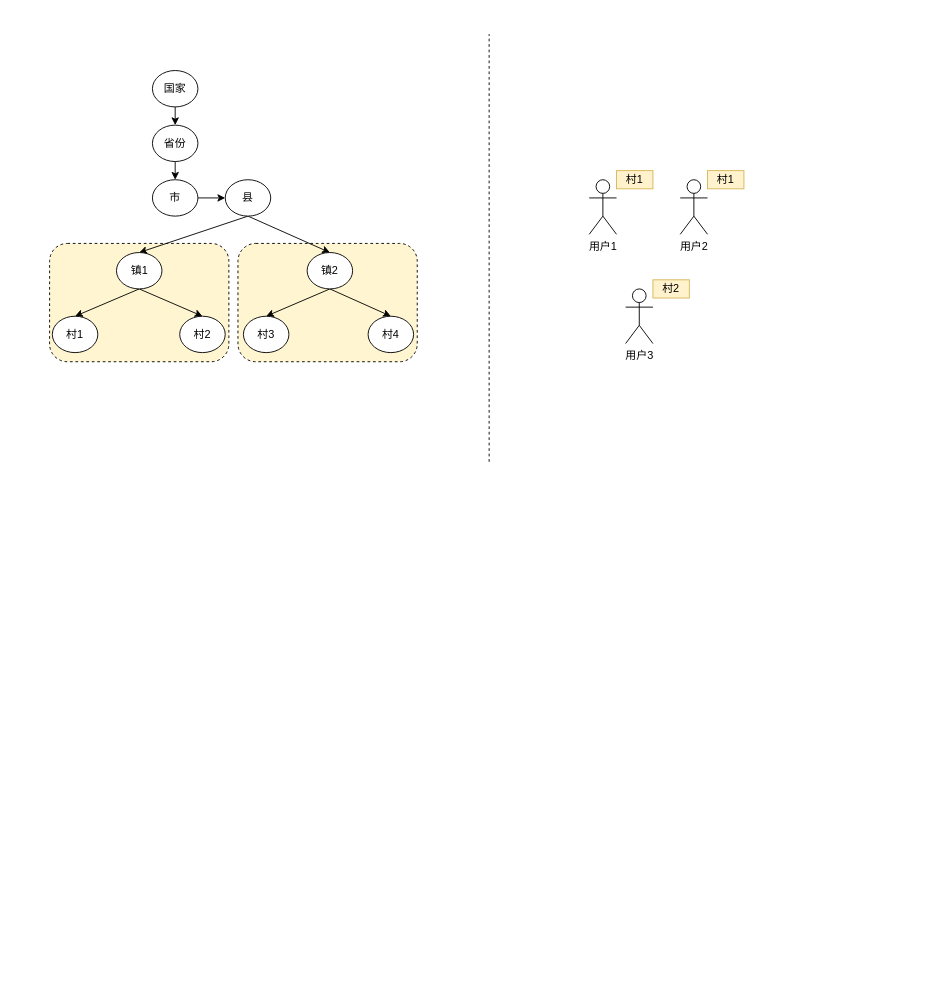
Earlier version of the draw.io diagram sametown.drawio (trey03/draw). Source tidied: cells renumbered, new cells numbered last; positions are measured from the earlier drawing's top-left corner, leaving out a move shared by most shapes. Both pictures are drawn from the tidied source at 91%, with x=0, y=0 at pixel (49, 34).
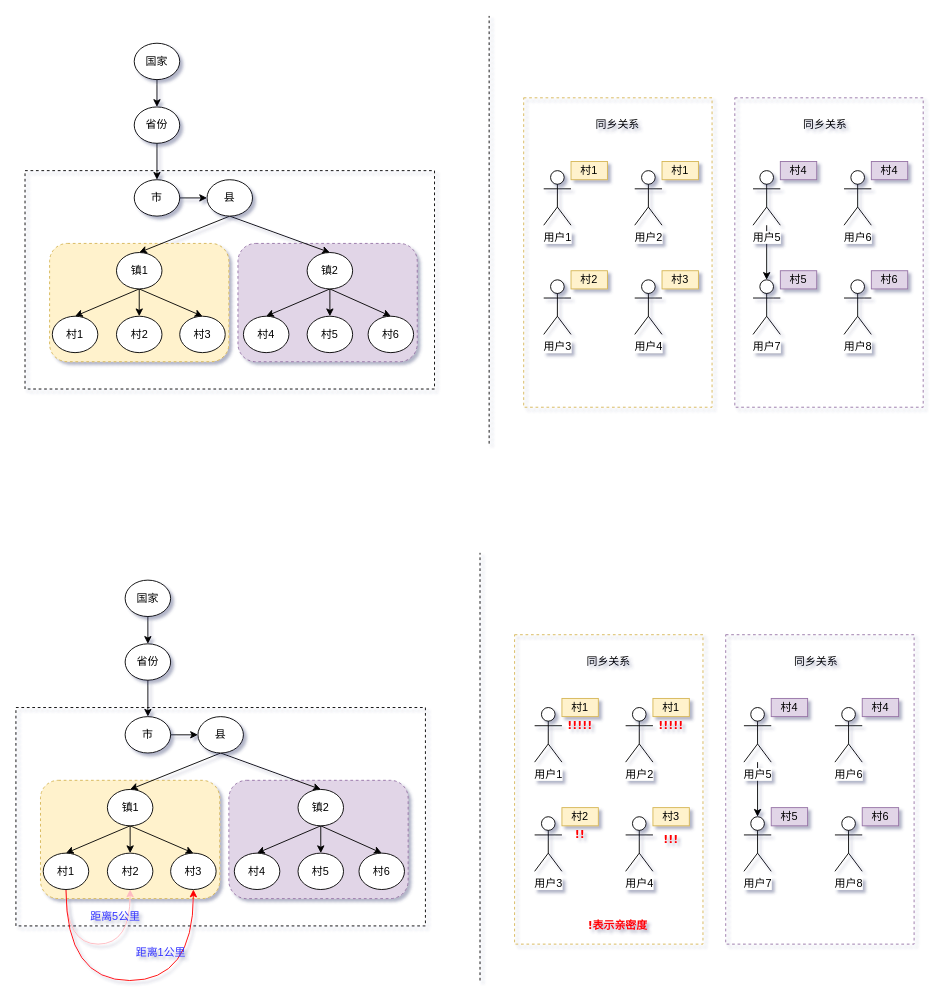
The same diagram, later.

The change refers to these unchanged cells:
```xml
<mxCell id="14" value="镇1" style="ellipse;whiteSpace=wrap;html=1;" parent="1" vertex="1">
  <mxGeometry x="73.5" y="240" width="50" height="40" as="geometry" />
</mxCell>
<mxCell id="17" value="镇2" style="ellipse;whiteSpace=wrap;html=1;" parent="1" vertex="1">
  <mxGeometry x="283" y="240" width="50" height="40" as="geometry" />
</mxCell>
```

Diff of the diagram source:
```diff
@@
-<mxGraphModel>
+<mxGraphModel shadow="1">
@@
+    <mxCell id="30" style="rounded=0;whiteSpace=wrap;html=1;dashed=1;fillColor=none;strokeColor=#d6b656;" parent="1" vertex="1">
+      <mxGeometry x="521" y="70" width="207" height="340" as="geometry" />
+    </mxCell>
+    <mxCell id="31" style="rounded=0;whiteSpace=wrap;html=1;dashed=1;shadow=0;fillColor=none;" parent="1" vertex="1">
+      <mxGeometry x="-27" y="150" width="450" height="240" as="geometry" />
+    </mxCell>
-    <mxCell id="2" style="rounded=1;whiteSpace=wrap;html=1;dashed=1;fillColor=#FFF6D1;" parent="1" vertex="1">
+    <mxCell id="2" style="rounded=1;whiteSpace=wrap;html=1;dashed=1;fillColor=#e1d5e7;strokeColor=#9673a6;" parent="1" vertex="1">
       <mxGeometry x="207" y="230" width="197" height="130" as="geometry" />
     </mxCell>
-    <mxCell id="3" style="rounded=1;whiteSpace=wrap;html=1;dashed=1;fillColor=#FFF6D1;" parent="1" vertex="1">
+    <mxCell id="3" style="rounded=1;whiteSpace=wrap;html=1;dashed=1;fillColor=#fff2cc;strokeColor=#d6b656;" parent="1" vertex="1">
       <mxGeometry y="230" width="197" height="130" as="geometry" />
     </mxCell>
     <mxCell id="4" value="国家" style="ellipse;whiteSpace=wrap;html=1;" parent="1" vertex="1">
-      <mxGeometry x="113" y="40" width="50" height="40" as="geometry" />
+      <mxGeometry x="93" y="10" width="50" height="40" as="geometry" />
     </mxCell>
@@
     <mxCell id="6" value="省份" style="ellipse;whiteSpace=wrap;html=1;" parent="1" vertex="1">
-      <mxGeometry x="113" y="100" width="50" height="40" as="geometry" />
+      <mxGeometry x="93" y="80" width="50" height="40" as="geometry" />
     </mxCell>
@@
     <mxCell id="8" value="市" style="ellipse;whiteSpace=wrap;html=1;" parent="1" vertex="1">
-      <mxGeometry x="113" y="160" width="50" height="40" as="geometry" />
+      <mxGeometry x="93" y="160" width="50" height="40" as="geometry" />
     </mxCell>
@@
     <mxCell id="11" value="县" style="ellipse;whiteSpace=wrap;html=1;" parent="1" vertex="1">
-      <mxGeometry x="193" y="160" width="50" height="40" as="geometry" />
+      <mxGeometry x="173" y="160" width="50" height="40" as="geometry" />
     </mxCell>
@@
+    <mxCell id="32" style="edgeStyle=none;rounded=0;jettySize=auto;html=1;exitX=0.5;exitY=1;exitDx=0;exitDy=0;" parent="1" edge="1" source="14" target="41">
+      <mxGeometry relative="1" as="geometry" />
+    </mxCell>
@@
+    <mxCell id="33" style="edgeStyle=none;rounded=0;jettySize=auto;html=1;exitX=0.5;exitY=1;exitDx=0;exitDy=0;" parent="1" edge="1" source="17" target="42">
+      <mxGeometry relative="1" as="geometry" />
+    </mxCell>
@@
-    <mxCell id="19" value="村2" style="ellipse;whiteSpace=wrap;html=1;" parent="1" vertex="1">
+    <mxCell id="19" value="村3" style="ellipse;whiteSpace=wrap;html=1;" parent="1" vertex="1">
       <mxGeometry x="143" y="310" width="50" height="40" as="geometry" />
     </mxCell>
-    <mxCell id="20" value="村3" style="ellipse;whiteSpace=wrap;html=1;" parent="1" vertex="1">
+    <mxCell id="20" value="村4" style="ellipse;whiteSpace=wrap;html=1;" parent="1" vertex="1">
       <mxGeometry x="213" y="310" width="50" height="40" as="geometry" />
     </mxCell>
@@
     <mxCell id="22" style="endArrow=none;dashed=1;html=1;" parent="1" edge="1">
       <mxGeometry relative="1" as="geometry">
-        <mxPoint x="483" y="470" as="sourcePoint" />
-        <mxPoint x="483" as="targetPoint" />
+        <mxPoint x="483" y="450" as="sourcePoint" />
+        <mxPoint x="483" y="-20" as="targetPoint" />
       </mxGeometry>
     </mxCell>
     <mxCell id="23" value="用户1" style="shape=umlActor;verticalLabelPosition=bottom;labelBackgroundColor=#ffffff;verticalAlign=top;html=1;" parent="1" vertex="1">
-      <mxGeometry x="593" y="160" width="30" height="60" as="geometry" />
+      <mxGeometry x="543" y="150" width="30" height="60" as="geometry" />
     </mxCell>
-    <mxCell id="24" value="村4" style="ellipse;whiteSpace=wrap;html=1;" parent="1" vertex="1">
+    <mxCell id="24" value="村6" style="ellipse;whiteSpace=wrap;html=1;" parent="1" vertex="1">
       <mxGeometry x="350" y="310" width="50" height="40" as="geometry" />
     </mxCell>
     <mxCell id="25" value="村1" style="text;html=1;strokeColor=#d6b656;fillColor=#fff2cc;align=center;verticalAlign=middle;whiteSpace=wrap;rounded=0;" parent="1" vertex="1">
-      <mxGeometry x="623" y="150" width="40" height="20" as="geometry" />
+      <mxGeometry x="573" y="140" width="40" height="20" as="geometry" />
     </mxCell>
     <mxCell id="26" value="用户2" style="shape=umlActor;verticalLabelPosition=bottom;labelBackgroundColor=#ffffff;verticalAlign=top;html=1;" parent="1" vertex="1">
-      <mxGeometry x="693" y="160" width="30" height="60" as="geometry" />
+      <mxGeometry x="643" y="150" width="30" height="60" as="geometry" />
     </mxCell>
     <mxCell id="27" value="村1" style="text;html=1;strokeColor=#d6b656;fillColor=#fff2cc;align=center;verticalAlign=middle;whiteSpace=wrap;rounded=0;" parent="1" vertex="1">
-      <mxGeometry x="723" y="150" width="40" height="20" as="geometry" />
+      <mxGeometry x="673" y="140" width="40" height="20" as="geometry" />
     </mxCell>
     <mxCell id="28" value="用户3" style="shape=umlActor;verticalLabelPosition=bottom;labelBackgroundColor=#ffffff;verticalAlign=top;html=1;" parent="1" vertex="1">
-      <mxGeometry x="633" y="280" width="30" height="60" as="geometry" />
+      <mxGeometry x="543" y="270" width="30" height="60" as="geometry" />
     </mxCell>
     <mxCell id="29" value="村2" style="text;html=1;strokeColor=#d6b656;fillColor=#fff2cc;align=center;verticalAlign=middle;whiteSpace=wrap;rounded=0;" parent="1" vertex="1">
-      <mxGeometry x="663" y="270" width="40" height="20" as="geometry" />
+      <mxGeometry x="573" y="260" width="40" height="20" as="geometry" />
     </mxCell>
+    <mxCell id="34" style="edgeStyle=none;rounded=0;jettySize=auto;html=1;" parent="1" edge="1" source="35" target="39">
+      <mxGeometry relative="1" as="geometry" />
+    </mxCell>
+    <mxCell id="35" value="用户5" style="shape=umlActor;verticalLabelPosition=bottom;labelBackgroundColor=#ffffff;verticalAlign=top;html=1;outlineConnect=0;" parent="1" vertex="1">
+      <mxGeometry x="773" y="150" width="30" height="60" as="geometry" />
+    </mxCell>
+    <mxCell id="36" value="村4" style="text;html=1;strokeColor=#9673a6;fillColor=#e1d5e7;align=center;verticalAlign=middle;whiteSpace=wrap;rounded=0;" parent="1" vertex="1">
+      <mxGeometry x="803" y="140" width="40" height="20" as="geometry" />
+    </mxCell>
+    <mxCell id="37" value="用户6" style="shape=umlActor;verticalLabelPosition=bottom;labelBackgroundColor=#ffffff;verticalAlign=top;html=1;" parent="1" vertex="1">
+      <mxGeometry x="873" y="150" width="30" height="60" as="geometry" />
+    </mxCell>
+    <mxCell id="38" value="村4" style="text;html=1;strokeColor=#9673a6;fillColor=#e1d5e7;align=center;verticalAlign=middle;whiteSpace=wrap;rounded=0;" parent="1" vertex="1">
+      <mxGeometry x="903" y="140" width="40" height="20" as="geometry" />
+    </mxCell>
+    <mxCell id="39" value="用户7" style="shape=umlActor;verticalLabelPosition=bottom;labelBackgroundColor=#ffffff;verticalAlign=top;html=1;outlineConnect=0;" parent="1" vertex="1">
+      <mxGeometry x="773" y="270" width="30" height="60" as="geometry" />
+    </mxCell>
+    <mxCell id="40" value="村5" style="text;html=1;strokeColor=#9673a6;fillColor=#e1d5e7;align=center;verticalAlign=middle;whiteSpace=wrap;rounded=0;" parent="1" vertex="1">
+      <mxGeometry x="803" y="260" width="40" height="20" as="geometry" />
+    </mxCell>
+    <mxCell id="41" value="村2" style="ellipse;whiteSpace=wrap;html=1;" parent="1" vertex="1">
+      <mxGeometry x="73.5" y="310" width="50" height="40" as="geometry" />
+    </mxCell>
+    <mxCell id="42" value="村5" style="ellipse;whiteSpace=wrap;html=1;" parent="1" vertex="1">
+      <mxGeometry x="283" y="310" width="50" height="40" as="geometry" />
+    </mxCell>
+    <mxCell id="43" value="用户4" style="shape=umlActor;verticalLabelPosition=bottom;labelBackgroundColor=#ffffff;verticalAlign=top;html=1;" parent="1" vertex="1">
+      <mxGeometry x="643" y="270" width="30" height="60" as="geometry" />
+    </mxCell>
+    <mxCell id="44" value="村3" style="text;html=1;strokeColor=#d6b656;fillColor=#fff2cc;align=center;verticalAlign=middle;whiteSpace=wrap;rounded=0;" parent="1" vertex="1">
+      <mxGeometry x="673" y="260" width="40" height="20" as="geometry" />
+    </mxCell>
+    <mxCell id="45" value="用户8" style="shape=umlActor;verticalLabelPosition=bottom;labelBackgroundColor=#ffffff;verticalAlign=top;html=1;" parent="1" vertex="1">
+      <mxGeometry x="873" y="270" width="30" height="60" as="geometry" />
+    </mxCell>
+    <mxCell id="46" value="村6" style="text;html=1;strokeColor=#9673a6;fillColor=#e1d5e7;align=center;verticalAlign=middle;whiteSpace=wrap;rounded=0;" parent="1" vertex="1">
+      <mxGeometry x="903" y="260" width="40" height="20" as="geometry" />
+    </mxCell>
+    <mxCell id="47" style="rounded=0;whiteSpace=wrap;html=1;dashed=1;fillColor=none;strokeColor=#9673a6;" parent="1" vertex="1">
+      <mxGeometry x="753" y="70" width="207" height="340" as="geometry" />
+    </mxCell>
+    <mxCell id="48" value="同乡关系" style="text;html=1;strokeColor=none;fillColor=none;align=center;verticalAlign=middle;whiteSpace=wrap;rounded=0;shadow=0;dashed=1;" parent="1" vertex="1">
+      <mxGeometry x="595.2" y="90" width="58.5" height="20" as="geometry" />
+    </mxCell>
+    <mxCell id="49" value="同乡关系" style="text;html=1;strokeColor=none;fillColor=none;align=center;verticalAlign=middle;whiteSpace=wrap;rounded=0;shadow=0;dashed=1;" parent="1" vertex="1">
+      <mxGeometry x="823" y="90" width="58.5" height="20" as="geometry" />
+    </mxCell>
+    <mxCell id="50" style="rounded=0;whiteSpace=wrap;html=1;dashed=1;fillColor=none;strokeColor=#d6b656;" parent="1" vertex="1">
+      <mxGeometry x="511" y="660" width="207" height="340" as="geometry" />
+    </mxCell>
+    <mxCell id="51" style="rounded=0;whiteSpace=wrap;html=1;dashed=1;shadow=0;fillColor=none;" parent="1" vertex="1">
+      <mxGeometry x="-37" y="740" width="450" height="240" as="geometry" />
+    </mxCell>
+    <mxCell id="52" style="rounded=1;whiteSpace=wrap;html=1;dashed=1;fillColor=#e1d5e7;strokeColor=#9673a6;" parent="1" vertex="1">
+      <mxGeometry x="197" y="820" width="197" height="130" as="geometry" />
+    </mxCell>
+    <mxCell id="53" style="rounded=1;whiteSpace=wrap;html=1;dashed=1;fillColor=#fff2cc;strokeColor=#d6b656;" parent="1" vertex="1">
+      <mxGeometry x="-10" y="820" width="197" height="130" as="geometry" />
+    </mxCell>
+    <mxCell id="54" value="国家" style="ellipse;whiteSpace=wrap;html=1;" parent="1" vertex="1">
+      <mxGeometry x="83" y="600" width="50" height="40" as="geometry" />
+    </mxCell>
+    <mxCell id="55" style="rounded=0;jettySize=auto;html=1;exitX=0.5;exitY=1;exitDx=0;exitDy=0;entryX=0.5;entryY=0;entryDx=0;entryDy=0;" parent="1" edge="1" source="56" target="58">
+      <mxGeometry relative="1" as="geometry" />
+    </mxCell>
+    <mxCell id="56" value="省份" style="ellipse;whiteSpace=wrap;html=1;" parent="1" vertex="1">
+      <mxGeometry x="83" y="670" width="50" height="40" as="geometry" />
+    </mxCell>
+    <mxCell id="57" style="edgeStyle=none;rounded=0;jettySize=auto;html=1;exitX=1;exitY=0.5;exitDx=0;exitDy=0;" parent="1" edge="1" source="58" target="61">
+      <mxGeometry relative="1" as="geometry" />
+    </mxCell>
+    <mxCell id="58" value="市" style="ellipse;whiteSpace=wrap;html=1;" parent="1" vertex="1">
+      <mxGeometry x="83" y="750" width="50" height="40" as="geometry" />
+    </mxCell>
+    <mxCell id="59" style="edgeStyle=none;rounded=0;jettySize=auto;html=1;exitX=0.5;exitY=1;exitDx=0;exitDy=0;entryX=0.5;entryY=0;entryDx=0;entryDy=0;" parent="1" edge="1" source="61" target="65">
+      <mxGeometry relative="1" as="geometry" />
+    </mxCell>
+    <mxCell id="60" style="edgeStyle=none;rounded=0;jettySize=auto;html=1;exitX=0.5;exitY=1;exitDx=0;exitDy=0;entryX=0.5;entryY=0;entryDx=0;entryDy=0;" parent="1" edge="1" source="61" target="69">
+      <mxGeometry relative="1" as="geometry" />
+    </mxCell>
+    <mxCell id="61" value="县" style="ellipse;whiteSpace=wrap;html=1;" parent="1" vertex="1">
+      <mxGeometry x="163" y="750" width="50" height="40" as="geometry" />
+    </mxCell>
+    <mxCell id="62" style="edgeStyle=none;rounded=0;jettySize=auto;html=1;exitX=0.5;exitY=1;exitDx=0;exitDy=0;entryX=0.5;entryY=0;entryDx=0;entryDy=0;" parent="1" edge="1" source="65" target="72">
+      <mxGeometry relative="1" as="geometry" />
+    </mxCell>
+    <mxCell id="63" style="edgeStyle=none;rounded=0;jettySize=auto;html=1;exitX=0.5;exitY=1;exitDx=0;exitDy=0;entryX=0.5;entryY=0;entryDx=0;entryDy=0;" parent="1" edge="1" source="65" target="73">
+      <mxGeometry relative="1" as="geometry" />
+    </mxCell>
+    <mxCell id="64" style="edgeStyle=none;rounded=0;jettySize=auto;html=1;exitX=0.5;exitY=1;exitDx=0;exitDy=0;" parent="1" edge="1" source="65" target="91">
+      <mxGeometry relative="1" as="geometry" />
+    </mxCell>
+    <mxCell id="65" value="镇1" style="ellipse;whiteSpace=wrap;html=1;" parent="1" vertex="1">
+      <mxGeometry x="63.5" y="830" width="50" height="40" as="geometry" />
+    </mxCell>
+    <mxCell id="66" style="edgeStyle=none;rounded=0;jettySize=auto;html=1;exitX=0.5;exitY=1;exitDx=0;exitDy=0;entryX=0.5;entryY=0;entryDx=0;entryDy=0;" parent="1" edge="1" source="69" target="74">
+      <mxGeometry relative="1" as="geometry" />
+    </mxCell>
+    <mxCell id="67" style="edgeStyle=none;rounded=0;jettySize=auto;html=1;exitX=0.5;exitY=1;exitDx=0;exitDy=0;entryX=0.5;entryY=0;entryDx=0;entryDy=0;" parent="1" edge="1" source="69" target="78">
+      <mxGeometry relative="1" as="geometry" />
+    </mxCell>
+    <mxCell id="68" style="edgeStyle=none;rounded=0;jettySize=auto;html=1;exitX=0.5;exitY=1;exitDx=0;exitDy=0;" parent="1" edge="1" source="69" target="92">
+      <mxGeometry relative="1" as="geometry" />
+    </mxCell>
+    <mxCell id="69" value="镇2" style="ellipse;whiteSpace=wrap;html=1;" parent="1" vertex="1">
+      <mxGeometry x="273" y="830" width="50" height="40" as="geometry" />
+    </mxCell>
+    <mxCell id="70" style="edgeStyle=orthogonalEdgeStyle;rounded=0;jettySize=auto;html=1;exitX=0.5;exitY=1;exitDx=0;exitDy=0;entryX=0.5;entryY=1;entryDx=0;entryDy=0;curved=1;strokeColor=#FFBAC1;" parent="1" edge="1" source="72" target="91">
+      <mxGeometry relative="1" as="geometry">
+        <Array as="points">
+          <mxPoint x="18" y="1000" />
+          <mxPoint x="89" y="1000" />
+        </Array>
+      </mxGeometry>
+    </mxCell>
+    <mxCell id="71" style="edgeStyle=orthogonalEdgeStyle;curved=1;rounded=0;jettySize=auto;html=1;exitX=0.5;exitY=1;exitDx=0;exitDy=0;entryX=0.5;entryY=1;entryDx=0;entryDy=0;strokeColor=#FF0000;fontColor=#FF0000;" parent="1" edge="1" source="72" target="73">
+      <mxGeometry relative="1" as="geometry">
+        <Array as="points">
+          <mxPoint x="18" y="1040" />
+          <mxPoint x="158" y="1040" />
+        </Array>
+      </mxGeometry>
+    </mxCell>
+    <mxCell id="72" value="村1" style="ellipse;whiteSpace=wrap;html=1;" parent="1" vertex="1">
+      <mxGeometry x="-7" y="900" width="50" height="40" as="geometry" />
+    </mxCell>
+    <mxCell id="73" value="村3" style="ellipse;whiteSpace=wrap;html=1;" parent="1" vertex="1">
+      <mxGeometry x="133" y="900" width="50" height="40" as="geometry" />
+    </mxCell>
+    <mxCell id="74" value="村4" style="ellipse;whiteSpace=wrap;html=1;" parent="1" vertex="1">
+      <mxGeometry x="203" y="900" width="50" height="40" as="geometry" />
+    </mxCell>
+    <mxCell id="75" style="endArrow=classic;html=1;exitX=0.5;exitY=1;exitDx=0;exitDy=0;entryX=0.5;entryY=0;entryDx=0;entryDy=0;" parent="1" edge="1" source="54" target="56">
+      <mxGeometry relative="1" as="geometry" />
+    </mxCell>
+    <mxCell id="76" style="endArrow=none;dashed=1;html=1;" parent="1" edge="1">
+      <mxGeometry relative="1" as="geometry">
+        <mxPoint x="473" y="1040" as="sourcePoint" />
+        <mxPoint x="473" y="570" as="targetPoint" />
+      </mxGeometry>
+    </mxCell>
+    <mxCell id="77" value="用户1" style="shape=umlActor;verticalLabelPosition=bottom;labelBackgroundColor=#ffffff;verticalAlign=top;html=1;" parent="1" vertex="1">
+      <mxGeometry x="533" y="740" width="30" height="60" as="geometry" />
+    </mxCell>
+    <mxCell id="78" value="村6" style="ellipse;whiteSpace=wrap;html=1;" parent="1" vertex="1">
+      <mxGeometry x="340" y="900" width="50" height="40" as="geometry" />
+    </mxCell>
+    <mxCell id="79" value="村1" style="text;html=1;strokeColor=#d6b656;fillColor=#fff2cc;align=center;verticalAlign=middle;whiteSpace=wrap;rounded=0;" parent="1" vertex="1">
+      <mxGeometry x="563" y="730" width="40" height="20" as="geometry" />
+    </mxCell>
+    <mxCell id="80" value="用户2" style="shape=umlActor;verticalLabelPosition=bottom;labelBackgroundColor=#ffffff;verticalAlign=top;html=1;" parent="1" vertex="1">
+      <mxGeometry x="633" y="740" width="30" height="60" as="geometry" />
+    </mxCell>
+    <mxCell id="81" value="村1" style="text;html=1;strokeColor=#d6b656;fillColor=#fff2cc;align=center;verticalAlign=middle;whiteSpace=wrap;rounded=0;" parent="1" vertex="1">
+      <mxGeometry x="663" y="730" width="40" height="20" as="geometry" />
+    </mxCell>
+    <mxCell id="82" value="用户3" style="shape=umlActor;verticalLabelPosition=bottom;labelBackgroundColor=#ffffff;verticalAlign=top;html=1;" parent="1" vertex="1">
+      <mxGeometry x="533" y="860" width="30" height="60" as="geometry" />
+    </mxCell>
+    <mxCell id="83" value="村2" style="text;html=1;strokeColor=#d6b656;fillColor=#fff2cc;align=center;verticalAlign=middle;whiteSpace=wrap;rounded=0;" parent="1" vertex="1">
+      <mxGeometry x="563" y="850" width="40" height="20" as="geometry" />
+    </mxCell>
+    <mxCell id="84" style="edgeStyle=none;rounded=0;jettySize=auto;html=1;" parent="1" edge="1" source="85" target="89">
+      <mxGeometry relative="1" as="geometry" />
+    </mxCell>
+    <mxCell id="85" value="用户5" style="shape=umlActor;verticalLabelPosition=bottom;labelBackgroundColor=#ffffff;verticalAlign=top;html=1;outlineConnect=0;" parent="1" vertex="1">
+      <mxGeometry x="763" y="740" width="30" height="60" as="geometry" />
+    </mxCell>
+    <mxCell id="86" value="村4" style="text;html=1;strokeColor=#9673a6;fillColor=#e1d5e7;align=center;verticalAlign=middle;whiteSpace=wrap;rounded=0;" parent="1" vertex="1">
+      <mxGeometry x="793" y="730" width="40" height="20" as="geometry" />
+    </mxCell>
+    <mxCell id="87" value="用户6" style="shape=umlActor;verticalLabelPosition=bottom;labelBackgroundColor=#ffffff;verticalAlign=top;html=1;" parent="1" vertex="1">
+      <mxGeometry x="863" y="740" width="30" height="60" as="geometry" />
+    </mxCell>
+    <mxCell id="88" value="村4" style="text;html=1;strokeColor=#9673a6;fillColor=#e1d5e7;align=center;verticalAlign=middle;whiteSpace=wrap;rounded=0;" parent="1" vertex="1">
+      <mxGeometry x="893" y="730" width="40" height="20" as="geometry" />
+    </mxCell>
+    <mxCell id="89" value="用户7" style="shape=umlActor;verticalLabelPosition=bottom;labelBackgroundColor=#ffffff;verticalAlign=top;html=1;outlineConnect=0;" parent="1" vertex="1">
+      <mxGeometry x="763" y="860" width="30" height="60" as="geometry" />
+    </mxCell>
+    <mxCell id="90" value="村5" style="text;html=1;strokeColor=#9673a6;fillColor=#e1d5e7;align=center;verticalAlign=middle;whiteSpace=wrap;rounded=0;" parent="1" vertex="1">
+      <mxGeometry x="793" y="850" width="40" height="20" as="geometry" />
+    </mxCell>
+    <mxCell id="91" value="村2" style="ellipse;whiteSpace=wrap;html=1;" parent="1" vertex="1">
+      <mxGeometry x="63.5" y="900" width="50" height="40" as="geometry" />
+    </mxCell>
+    <mxCell id="92" value="村5" style="ellipse;whiteSpace=wrap;html=1;" parent="1" vertex="1">
+      <mxGeometry x="273" y="900" width="50" height="40" as="geometry" />
+    </mxCell>
+    <mxCell id="93" value="用户4" style="shape=umlActor;verticalLabelPosition=bottom;labelBackgroundColor=#ffffff;verticalAlign=top;html=1;" parent="1" vertex="1">
+      <mxGeometry x="633" y="860" width="30" height="60" as="geometry" />
+    </mxCell>
+    <mxCell id="94" value="村3" style="text;html=1;strokeColor=#d6b656;fillColor=#fff2cc;align=center;verticalAlign=middle;whiteSpace=wrap;rounded=0;" parent="1" vertex="1">
+      <mxGeometry x="663" y="850" width="40" height="20" as="geometry" />
+    </mxCell>
+    <mxCell id="95" value="用户8" style="shape=umlActor;verticalLabelPosition=bottom;labelBackgroundColor=#ffffff;verticalAlign=top;html=1;" parent="1" vertex="1">
+      <mxGeometry x="863" y="860" width="30" height="60" as="geometry" />
+    </mxCell>
+    <mxCell id="96" value="村6" style="text;html=1;strokeColor=#9673a6;fillColor=#e1d5e7;align=center;verticalAlign=middle;whiteSpace=wrap;rounded=0;" parent="1" vertex="1">
+      <mxGeometry x="893" y="850" width="40" height="20" as="geometry" />
+    </mxCell>
+    <mxCell id="97" style="rounded=0;whiteSpace=wrap;html=1;dashed=1;fillColor=none;strokeColor=#9673a6;" parent="1" vertex="1">
+      <mxGeometry x="743" y="660" width="207" height="340" as="geometry" />
+    </mxCell>
+    <mxCell id="98" value="同乡关系" style="text;html=1;strokeColor=none;fillColor=none;align=center;verticalAlign=middle;whiteSpace=wrap;rounded=0;shadow=0;dashed=1;" parent="1" vertex="1">
+      <mxGeometry x="585.2" y="680" width="58.5" height="20" as="geometry" />
+    </mxCell>
+    <mxCell id="99" value="同乡关系" style="text;html=1;strokeColor=none;fillColor=none;align=center;verticalAlign=middle;whiteSpace=wrap;rounded=0;shadow=0;dashed=1;" parent="1" vertex="1">
+      <mxGeometry x="813" y="680" width="58.5" height="20" as="geometry" />
+    </mxCell>
+    <mxCell id="100" value="距离5公里" style="text;html=1;strokeColor=none;fillColor=none;align=center;verticalAlign=middle;whiteSpace=wrap;rounded=0;shadow=0;dashed=1;fontColor=#3333FF;" parent="1" vertex="1">
+      <mxGeometry x="43" y="960" width="58.5" height="20" as="geometry" />
+    </mxCell>
+    <mxCell id="101" value="距离1公里" style="text;html=1;strokeColor=none;fillColor=none;align=center;verticalAlign=middle;whiteSpace=wrap;rounded=0;shadow=0;dashed=1;fontColor=#3333FF;" parent="1" vertex="1">
+      <mxGeometry x="93" y="1000" width="58.5" height="20" as="geometry" />
+    </mxCell>
+    <mxCell id="102" value="!!!!!" style="text;strokeColor=none;fillColor=none;align=center;verticalAlign=middle;whiteSpace=wrap;rounded=0;shadow=0;dashed=1;fontColor=#FF0000;fontFamily=Verdana;fontStyle=1;" parent="1" vertex="1">
+      <mxGeometry x="563" y="750" width="40" height="20" as="geometry" />
+    </mxCell>
+    <mxCell id="103" value="!!!!!" style="text;strokeColor=none;fillColor=none;align=center;verticalAlign=middle;whiteSpace=wrap;rounded=0;shadow=0;dashed=1;fontColor=#FF0000;fontFamily=Verdana;fontStyle=1;" parent="1" vertex="1">
+      <mxGeometry x="663" y="750" width="40" height="20" as="geometry" />
+    </mxCell>
+    <mxCell id="104" value="!!!" style="text;strokeColor=none;fillColor=none;align=center;verticalAlign=middle;whiteSpace=wrap;rounded=0;shadow=0;dashed=1;fontColor=#FF0000;fontFamily=Verdana;fontStyle=1;" parent="1" vertex="1">
+      <mxGeometry x="663" y="875" width="40" height="20" as="geometry" />
+    </mxCell>
+    <mxCell id="105" value="!!" style="text;strokeColor=none;fillColor=none;align=center;verticalAlign=middle;whiteSpace=wrap;rounded=0;shadow=0;dashed=1;fontColor=#FF0000;fontFamily=Verdana;fontStyle=1;" parent="1" vertex="1">
+      <mxGeometry x="563" y="870" width="40" height="20" as="geometry" />
+    </mxCell>
+    <mxCell id="106" value="!表示亲密度" style="text;strokeColor=none;fillColor=none;align=center;verticalAlign=middle;whiteSpace=wrap;rounded=0;shadow=0;dashed=1;fontColor=#FF0000;fontFamily=Verdana;fontStyle=1;" parent="1" vertex="1">
+      <mxGeometry x="554.1" y="970" width="140.8" height="20" as="geometry" />
+    </mxCell>
```
